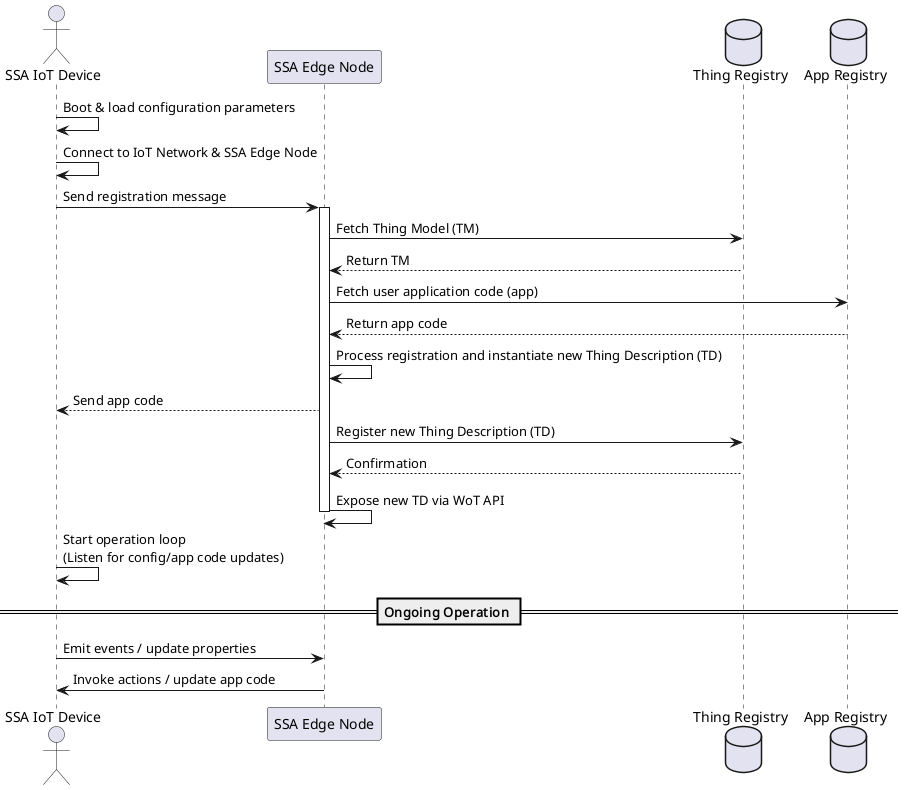
Above: uml/registration_sequence.png in les2feup/CityLink (PlantUML), before the change. Source of this version:
```plantuml
@startuml
actor "SSA IoT Device" as Device
participant "SSA Edge Node" as Edge
database "Thing Registry" as ThingRegistry
database "App Registry" as AppRegistry

Device -> Device: Boot & load configuration parameters
Device -> Device: Connect to IoT Network & SSA Edge Node
Device -> Edge: Send registration message
activate Edge

Edge -> ThingRegistry: Fetch Thing Model (TM)
ThingRegistry --> Edge: Return TM

Edge -> AppRegistry: Fetch user application code (app)
AppRegistry --> Edge: Return app code

Edge -> Edge: Process registration and instantiate new Thing Description (TD)
Edge --> Device: Send app code

Edge -> ThingRegistry: Register new Thing Description (TD)
ThingRegistry --> Edge: Confirmation

Edge -> Edge: Expose new TD via WoT API

deactivate Edge

Device -> Device: Start operation loop\n(Listen for config/app code updates)

== Ongoing Operation ==
Device -> Edge: Emit events / update properties
Edge -> Device: Invoke actions / update app code
@enduml
```
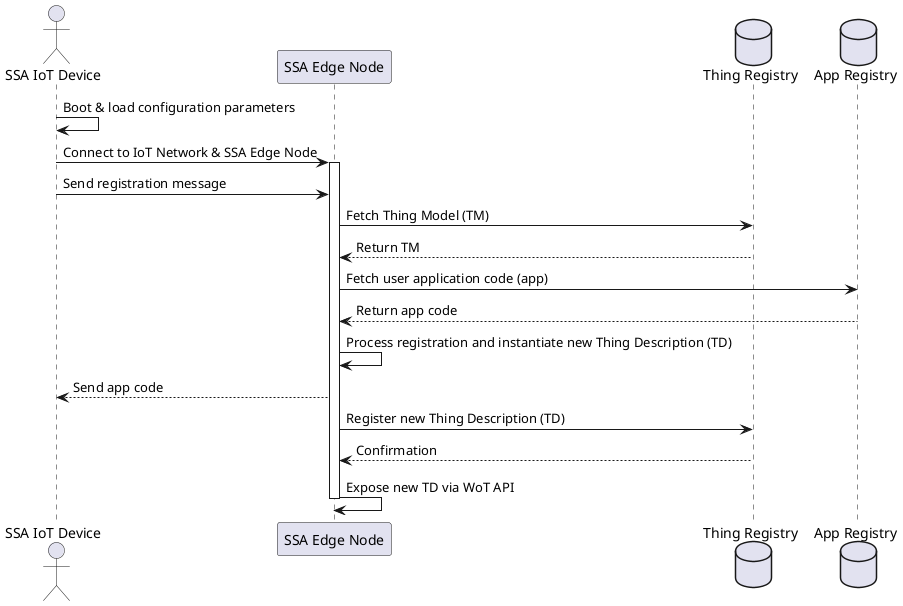
The same file after the commit.

What changed in the source:
```diff
@@ -5,9 +5,10 @@
 database "App Registry" as AppRegistry
 
 Device -> Device: Boot & load configuration parameters
-Device -> Device: Connect to IoT Network & SSA Edge Node
+
+Device -> Edge: Connect to IoT Network & SSA Edge Node
+activate Edge
 Device -> Edge: Send registration message
-activate Edge
 
 Edge -> ThingRegistry: Fetch Thing Model (TM)
 ThingRegistry --> Edge: Return TM
@@ -22,12 +23,5 @@
 ThingRegistry --> Edge: Confirmation
 
 Edge -> Edge: Expose new TD via WoT API
-
 deactivate Edge
-
-Device -> Device: Start operation loop\n(Listen for config/app code updates)
-
-== Ongoing Operation ==
-Device -> Edge: Emit events / update properties
-Edge -> Device: Invoke actions / update app code
 @enduml
```
